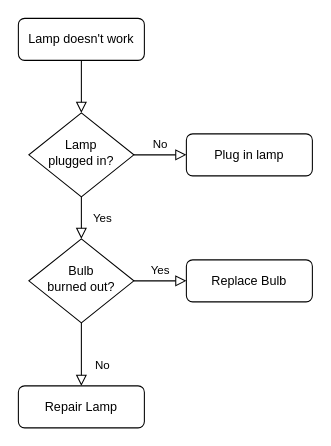
Leo-Park13/Architecture keeps this draw.io diagram as 제목 없는 다이어그램.drawio. Above is the earlier version. Source tidied: cells renumbered, new cells numbered last; positions are measured from the earlier drawing's top-left corner, leaving out a move shared by most shapes. Both pictures are drawn from the tidied source at 105%, with x=0, y=0 at pixel (18, 18).
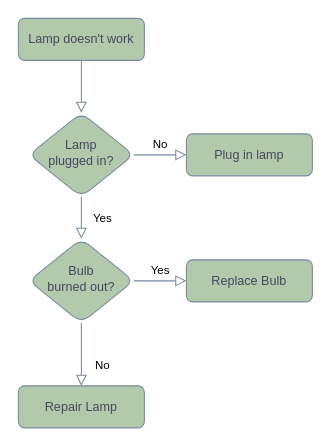
After the change.

Commit message (it also covers changes not shown here):
제목 없는 다이어그램.drawio 업데이트

The edit, as a diff of the source:
```diff
@@
 <mxGraphModel>
   <root>
     <mxCell id="0" />
     <mxCell id="1" parent="0" />
-    <mxCell id="2" style="rounded=0;html=1;jettySize=auto;fontSize=11;endArrow=block;endFill=0;endSize=8;strokeWidth=1;shadow=0;labelBackgroundColor=none;edgeStyle=orthogonalEdgeStyle;" parent="1" edge="1" source="3" target="6">
+    <mxCell id="2" style="rounded=1;html=1;jettySize=auto;fontSize=11;endArrow=block;endFill=0;endSize=8;strokeWidth=1;shadow=0;labelBackgroundColor=none;edgeStyle=orthogonalEdgeStyle;strokeColor=#788AA3;fontColor=default;" parent="1" edge="1" source="3" target="6">
       <mxGeometry relative="1" as="geometry" />
     </mxCell>
-    <mxCell id="3" value="Lamp doesn't work" style="rounded=1;whiteSpace=wrap;html=1;fontSize=12;glass=0;strokeWidth=1;shadow=0;" parent="1" vertex="1">
+    <mxCell id="3" value="Lamp doesn't work" style="rounded=1;whiteSpace=wrap;html=1;fontSize=12;glass=0;strokeWidth=1;shadow=0;labelBackgroundColor=none;fillColor=#B2C9AB;strokeColor=#788AA3;fontColor=#46495D;" parent="1" vertex="1">
       <mxGeometry width="120" height="40" as="geometry" />
     </mxCell>
-    <mxCell id="4" value="Yes" style="rounded=0;html=1;jettySize=auto;fontSize=11;endArrow=block;endFill=0;endSize=8;strokeWidth=1;shadow=0;labelBackgroundColor=none;edgeStyle=orthogonalEdgeStyle;" parent="1" edge="1" source="6" target="10">
+    <mxCell id="4" value="Yes" style="rounded=1;html=1;jettySize=auto;fontSize=11;endArrow=block;endFill=0;endSize=8;strokeWidth=1;shadow=0;labelBackgroundColor=none;edgeStyle=orthogonalEdgeStyle;strokeColor=#788AA3;fontColor=default;" parent="1" edge="1" source="6" target="10">
       <mxGeometry y="20" relative="1" as="geometry" />
     </mxCell>
-    <mxCell id="5" value="No" style="edgeStyle=orthogonalEdgeStyle;rounded=0;html=1;jettySize=auto;fontSize=11;endArrow=block;endFill=0;endSize=8;strokeWidth=1;shadow=0;labelBackgroundColor=none;" parent="1" edge="1" source="6" target="7">
+    <mxCell id="5" value="No" style="edgeStyle=orthogonalEdgeStyle;rounded=1;html=1;jettySize=auto;fontSize=11;endArrow=block;endFill=0;endSize=8;strokeWidth=1;shadow=0;labelBackgroundColor=none;strokeColor=#788AA3;fontColor=default;" parent="1" edge="1" source="6" target="7">
       <mxGeometry y="10" relative="1" as="geometry" />
     </mxCell>
-    <mxCell id="6" value="Lamp&lt;br&gt;plugged in?" style="rhombus;whiteSpace=wrap;html=1;shadow=0;fontFamily=Helvetica;fontSize=12;align=center;strokeWidth=1;spacing=6;spacingTop=-4;" parent="1" vertex="1">
+    <mxCell id="6" value="Lamp&lt;br&gt;plugged in?" style="rhombus;whiteSpace=wrap;html=1;shadow=0;fontFamily=Helvetica;fontSize=12;align=center;strokeWidth=1;spacing=6;spacingTop=-4;labelBackgroundColor=none;fillColor=#B2C9AB;strokeColor=#788AA3;fontColor=#46495D;rounded=1;" parent="1" vertex="1">
       <mxGeometry x="10" y="90" width="100" height="80" as="geometry" />
     </mxCell>
-    <mxCell id="7" value="Plug in lamp" style="rounded=1;whiteSpace=wrap;html=1;fontSize=12;glass=0;strokeWidth=1;shadow=0;" parent="1" vertex="1">
+    <mxCell id="7" value="Plug in lamp" style="rounded=1;whiteSpace=wrap;html=1;fontSize=12;glass=0;strokeWidth=1;shadow=0;labelBackgroundColor=none;fillColor=#B2C9AB;strokeColor=#788AA3;fontColor=#46495D;" parent="1" vertex="1">
       <mxGeometry x="160" y="110" width="120" height="40" as="geometry" />
     </mxCell>
-    <mxCell id="8" value="No" style="rounded=0;html=1;jettySize=auto;fontSize=11;endArrow=block;endFill=0;endSize=8;strokeWidth=1;shadow=0;labelBackgroundColor=none;edgeStyle=orthogonalEdgeStyle;" parent="1" edge="1" source="10" target="11">
+    <mxCell id="8" value="No" style="rounded=1;html=1;jettySize=auto;fontSize=11;endArrow=block;endFill=0;endSize=8;strokeWidth=1;shadow=0;labelBackgroundColor=none;edgeStyle=orthogonalEdgeStyle;strokeColor=#788AA3;fontColor=default;" parent="1" edge="1" source="10" target="11">
       <mxGeometry x="0.33" y="20" relative="1" as="geometry" />
     </mxCell>
-    <mxCell id="9" value="Yes" style="edgeStyle=orthogonalEdgeStyle;rounded=0;html=1;jettySize=auto;fontSize=11;endArrow=block;endFill=0;endSize=8;strokeWidth=1;shadow=0;labelBackgroundColor=none;" parent="1" edge="1" source="10" target="12">
+    <mxCell id="9" value="Yes" style="edgeStyle=orthogonalEdgeStyle;rounded=1;html=1;jettySize=auto;fontSize=11;endArrow=block;endFill=0;endSize=8;strokeWidth=1;shadow=0;labelBackgroundColor=none;strokeColor=#788AA3;fontColor=default;" parent="1" edge="1" source="10" target="12">
       <mxGeometry y="10" relative="1" as="geometry" />
     </mxCell>
-    <mxCell id="10" value="Bulb&lt;br&gt;burned out?" style="rhombus;whiteSpace=wrap;html=1;shadow=0;fontFamily=Helvetica;fontSize=12;align=center;strokeWidth=1;spacing=6;spacingTop=-4;" parent="1" vertex="1">
+    <mxCell id="10" value="Bulb&lt;br&gt;burned out?" style="rhombus;whiteSpace=wrap;html=1;shadow=0;fontFamily=Helvetica;fontSize=12;align=center;strokeWidth=1;spacing=6;spacingTop=-4;labelBackgroundColor=none;fillColor=#B2C9AB;strokeColor=#788AA3;fontColor=#46495D;rounded=1;" parent="1" vertex="1">
       <mxGeometry x="10" y="210" width="100" height="80" as="geometry" />
     </mxCell>
-    <mxCell id="11" value="Repair Lamp" style="rounded=1;whiteSpace=wrap;html=1;fontSize=12;glass=0;strokeWidth=1;shadow=0;" parent="1" vertex="1">
+    <mxCell id="11" value="Repair Lamp" style="rounded=1;whiteSpace=wrap;html=1;fontSize=12;glass=0;strokeWidth=1;shadow=0;labelBackgroundColor=none;fillColor=#B2C9AB;strokeColor=#788AA3;fontColor=#46495D;" parent="1" vertex="1">
       <mxGeometry y="350" width="120" height="40" as="geometry" />
     </mxCell>
-    <mxCell id="12" value="Replace Bulb" style="rounded=1;whiteSpace=wrap;html=1;fontSize=12;glass=0;strokeWidth=1;shadow=0;" parent="1" vertex="1">
+    <mxCell id="12" value="Replace Bulb" style="rounded=1;whiteSpace=wrap;html=1;fontSize=12;glass=0;strokeWidth=1;shadow=0;labelBackgroundColor=none;fillColor=#B2C9AB;strokeColor=#788AA3;fontColor=#46495D;" parent="1" vertex="1">
       <mxGeometry x="160" y="230" width="120" height="40" as="geometry" />
     </mxCell>
   </root>
 </mxGraphModel>
```
